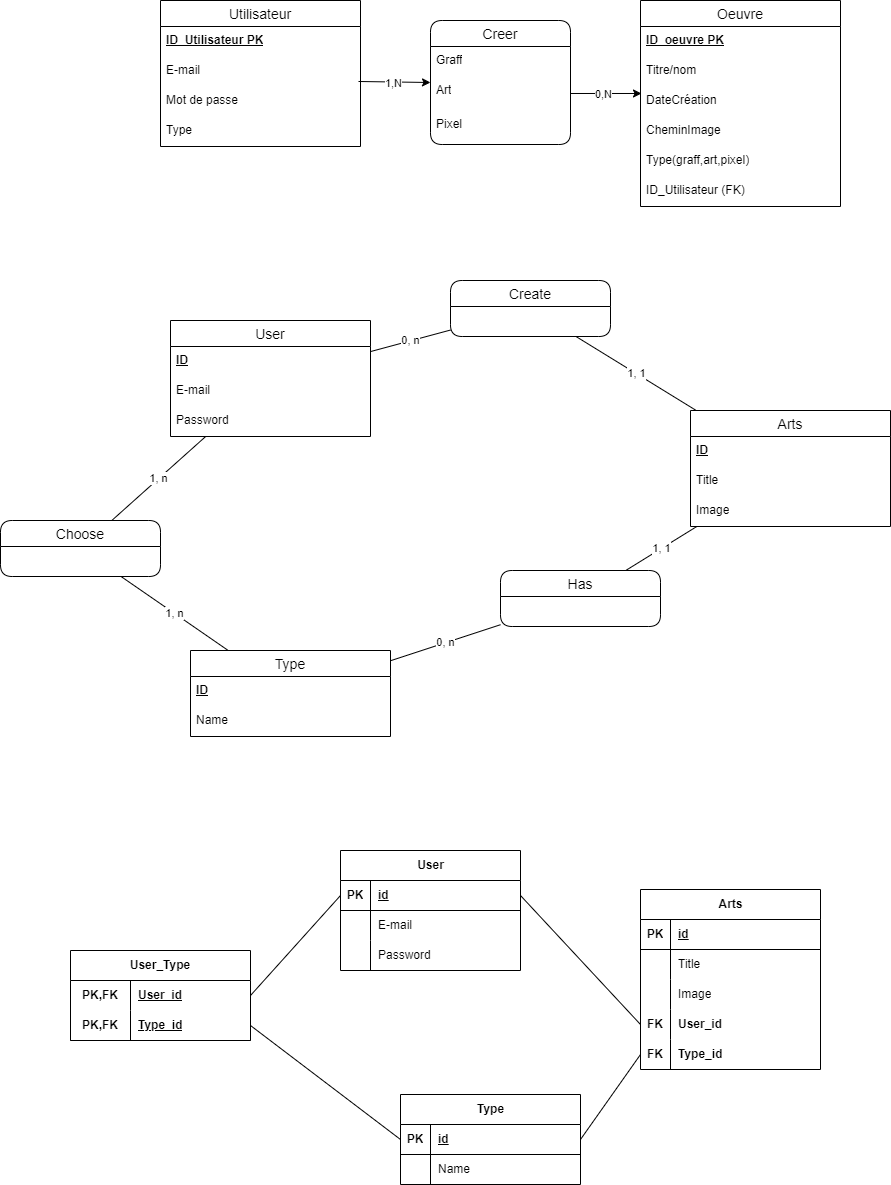
ThibaultFr94/Artsphere-AI keeps this draw.io diagram as backend/MCD/artsphere.drawio.png. Above is the earlier version. Source tidied: cells renumbered, new cells last; positions are measured from the earlier drawing's top-left corner, leaving out a move shared by most shapes.
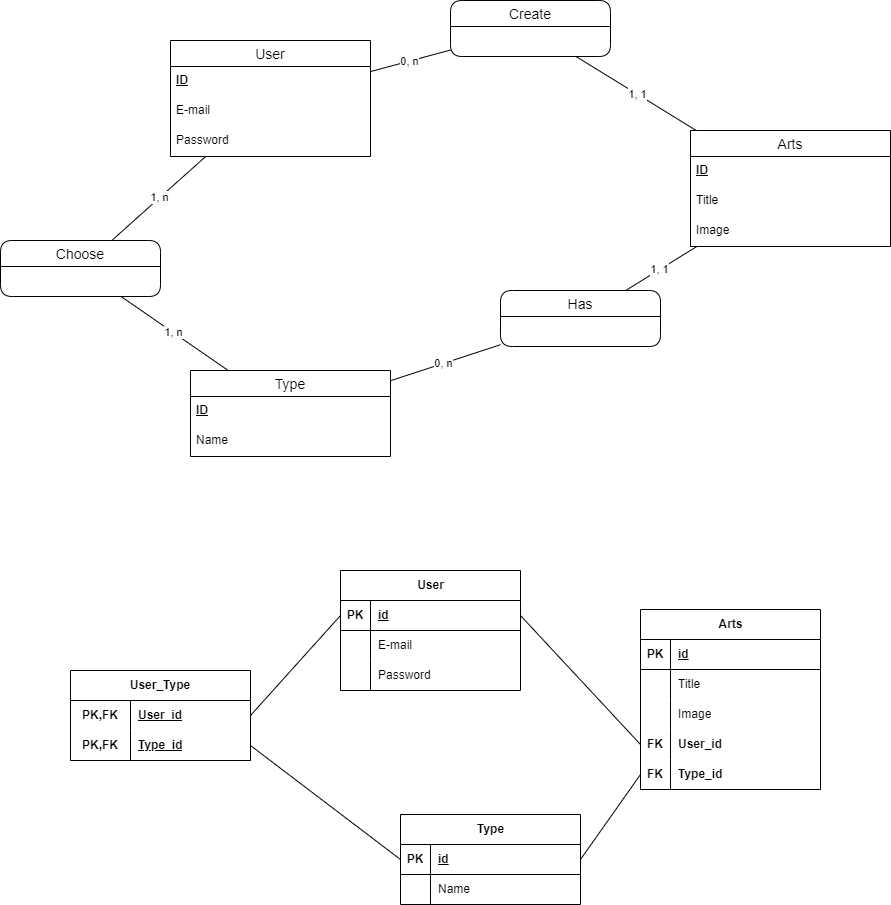
Later version of the same file.

What changed in the source:
```diff
@@ -2,68 +2,6 @@
   <root>
     <mxCell id="0" />
     <mxCell id="1" parent="0" />
-    <mxCell id="2" value="Utilisateur" style="swimlane;fontStyle=0;horizontal=1;startSize=26;align=center;fontSize=14;" parent="1" vertex="1">
-      <mxGeometry x="160" width="200" height="146" as="geometry" />
-    </mxCell>
-    <mxCell id="3" value="&lt;u style=&quot;border-color: var(--border-color);&quot;&gt;&lt;b style=&quot;border-color: var(--border-color);&quot;&gt;ID_Utilisateur PK&lt;/b&gt;&lt;/u&gt;" style="text;strokeColor=none;fillColor=none;spacingLeft=4;spacingRight=4;overflow=hidden;fontSize=12;whiteSpace=wrap;html=1;" parent="2" vertex="1">
-      <mxGeometry y="26" width="200" height="30" as="geometry" />
-    </mxCell>
-    <mxCell id="4" value="E-mail" style="text;strokeColor=none;fillColor=none;spacingLeft=4;spacingRight=4;overflow=hidden;fontSize=12;whiteSpace=wrap;html=1;" parent="2" vertex="1">
-      <mxGeometry y="56" width="200" height="30" as="geometry" />
-    </mxCell>
-    <mxCell id="5" value="Mot de passe" style="text;strokeColor=none;fillColor=none;spacingLeft=4;spacingRight=4;overflow=hidden;fontSize=12;whiteSpace=wrap;html=1;" parent="2" vertex="1">
-      <mxGeometry y="86" width="200" height="30" as="geometry" />
-    </mxCell>
-    <mxCell id="6" value="Type" style="text;strokeColor=none;fillColor=none;spacingLeft=4;spacingRight=4;overflow=hidden;fontSize=12;whiteSpace=wrap;html=1;" parent="2" vertex="1">
-      <mxGeometry y="116" width="200" height="30" as="geometry" />
-    </mxCell>
-    <mxCell id="7" value="Oeuvre" style="swimlane;fontStyle=0;horizontal=1;startSize=26;align=center;fontSize=14;" parent="1" vertex="1">
-      <mxGeometry x="640" width="200" height="206" as="geometry" />
-    </mxCell>
-    <mxCell id="8" value="&lt;u&gt;&lt;b&gt;ID_oeuvre PK&lt;/b&gt;&lt;/u&gt;" style="text;strokeColor=none;fillColor=none;spacingLeft=4;spacingRight=4;overflow=hidden;fontSize=12;whiteSpace=wrap;html=1;" parent="7" vertex="1">
-      <mxGeometry y="26" width="200" height="30" as="geometry" />
-    </mxCell>
-    <mxCell id="9" value="Titre/nom" style="text;strokeColor=none;fillColor=none;spacingLeft=4;spacingRight=4;overflow=hidden;fontSize=12;whiteSpace=wrap;html=1;" parent="7" vertex="1">
-      <mxGeometry y="56" width="200" height="30" as="geometry" />
-    </mxCell>
-    <mxCell id="10" value="DateCréation" style="text;strokeColor=none;fillColor=none;spacingLeft=4;spacingRight=4;overflow=hidden;points=[[0,0.5],[1,0.5]];portConstraint=eastwest;fontSize=12;whiteSpace=wrap;html=1;" parent="7" vertex="1">
-      <mxGeometry y="86" width="200" height="30" as="geometry" />
-    </mxCell>
-    <mxCell id="11" value="CheminImage" style="text;strokeColor=none;fillColor=none;spacingLeft=4;spacingRight=4;overflow=hidden;fontSize=12;whiteSpace=wrap;html=1;" parent="7" vertex="1">
-      <mxGeometry y="116" width="200" height="30" as="geometry" />
-    </mxCell>
-    <mxCell id="12" value="Type(graff,art,pixel)" style="text;strokeColor=none;fillColor=none;spacingLeft=4;spacingRight=4;overflow=hidden;fontSize=12;whiteSpace=wrap;html=1;" parent="7" vertex="1">
-      <mxGeometry y="146" width="200" height="30" as="geometry" />
-    </mxCell>
-    <mxCell id="13" value="ID_Utilisateur (FK)" style="text;strokeColor=none;fillColor=none;spacingLeft=4;spacingRight=4;overflow=hidden;fontSize=12;whiteSpace=wrap;html=1;" parent="7" vertex="1">
-      <mxGeometry y="176" width="200" height="30" as="geometry" />
-    </mxCell>
-    <mxCell id="14" value="Creer" style="swimlane;fontStyle=0;horizontal=1;startSize=26;align=center;fontSize=14;rounded=1;" parent="1" vertex="1">
-      <mxGeometry x="430" y="20" width="140" height="124" as="geometry" />
-    </mxCell>
-    <mxCell id="15" value="Graff" style="text;strokeColor=none;fillColor=none;spacingLeft=4;spacingRight=4;overflow=hidden;fontSize=12;whiteSpace=wrap;html=1;" parent="14" vertex="1">
-      <mxGeometry y="26" width="140" height="30" as="geometry" />
-    </mxCell>
-    <mxCell id="16" value="Art&lt;br&gt;" style="text;strokeColor=none;fillColor=none;spacingLeft=4;spacingRight=4;overflow=hidden;points=[[0,0.5],[1,0.5]];portConstraint=eastwest;fontSize=12;whiteSpace=wrap;html=1;" parent="14" vertex="1">
-      <mxGeometry y="56" width="140" height="34" as="geometry" />
-    </mxCell>
-    <mxCell id="17" value="Pixel" style="text;strokeColor=none;fillColor=none;spacingLeft=4;spacingRight=4;overflow=hidden;fontSize=12;whiteSpace=wrap;html=1;" parent="14" vertex="1">
-      <mxGeometry y="90" width="140" height="34" as="geometry" />
-    </mxCell>
-    <mxCell id="18" style="edgeStyle=orthogonalEdgeStyle;rounded=0;jettySize=auto;html=1;exitX=0.99;exitY=0.833;exitDx=0;exitDy=0;exitPerimeter=0;" parent="1" edge="1" target="14">
-      <mxGeometry relative="1" as="geometry">
-        <mxPoint x="358" y="81" as="sourcePoint" />
-      </mxGeometry>
-    </mxCell>
-    <mxCell id="19" value="1,N" style="edgeLabel;html=1;align=center;verticalAlign=middle;" parent="18" vertex="1">
-      <mxGeometry x="-0.04" y="-1" relative="1" as="geometry" />
-    </mxCell>
-    <mxCell id="20" style="edgeStyle=orthogonalEdgeStyle;rounded=0;jettySize=auto;html=1;entryX=0.005;entryY=0.233;entryDx=0;entryDy=0;entryPerimeter=0;" parent="1" edge="1" source="16" target="10">
-      <mxGeometry relative="1" as="geometry" />
-    </mxCell>
-    <mxCell id="21" value="0,N" style="edgeLabel;html=1;align=center;verticalAlign=middle;" parent="20" vertex="1">
-      <mxGeometry x="-0.1" y="-1" relative="1" as="geometry" />
-    </mxCell>
     <mxCell id="22" value="User" style="swimlane;fontStyle=0;horizontal=1;startSize=26;align=center;fontSize=14;" parent="1" vertex="1">
       <mxGeometry x="170" y="320" width="200" height="116" as="geometry" />
     </mxCell>
```
